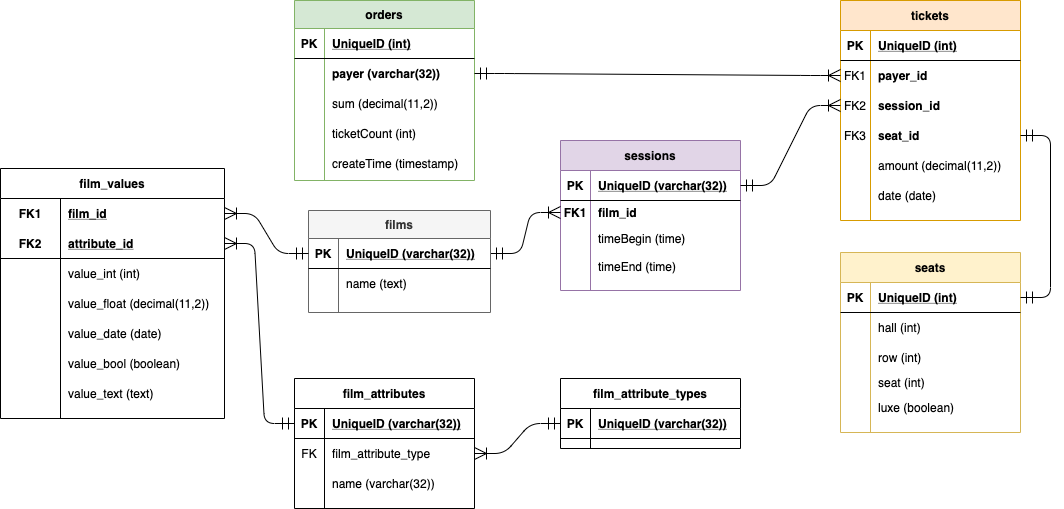
The draw.io diagram DatabaseLogic.png in otusteamedu/PHP_2024, before a commit. Source tidied: cells renumbered, new cells last; positions are measured from the earlier drawing's top-left corner, leaving out a move shared by most shapes.
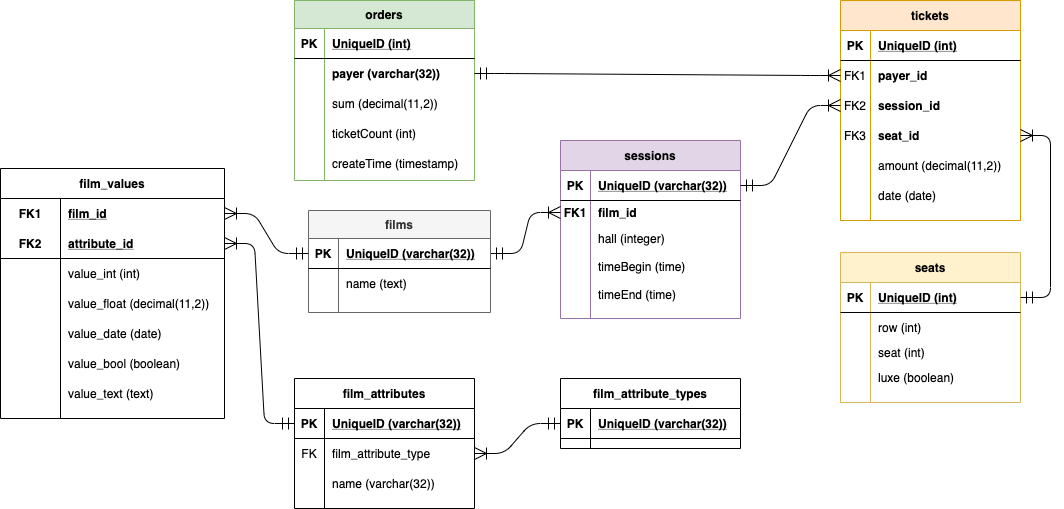
Later version of the same file.

Diff of the diagram source:
```diff
@@ -51,7 +51,7 @@
       <mxGeometry x="30" width="150" height="30" as="geometry" />
     </mxCell>
     <mxCell id="18" value="seats" style="shape=table;startSize=30;rowLines=0;fontStyle=1;align=center;shadow=0;fillColor=#fff2cc;strokeColor=#d6b656;" parent="1" vertex="1">
-      <mxGeometry x="840" y="252" width="180" height="180" as="geometry" />
+      <mxGeometry x="840" y="252" width="180" height="150" as="geometry" />
     </mxCell>
     <mxCell id="19" style="shape=partialRectangle;fillColor=none;top=0;left=0;bottom=1;right=0;points=[[0,0.5],[1,0.5]];portConstraint=eastwest;" parent="18" vertex="1">
       <mxGeometry y="30" width="180" height="30" as="geometry" />
@@ -62,17 +62,8 @@
     <mxCell id="21" value="UniqueID (int)" style="shape=partialRectangle;fillColor=none;top=0;left=0;bottom=0;right=0;align=left;spacingLeft=6;fontStyle=5;overflow=hidden;" parent="19" vertex="1">
       <mxGeometry x="30" width="150" height="30" as="geometry" />
     </mxCell>
-    <mxCell id="22" style="shape=partialRectangle;fillColor=none;top=0;left=0;bottom=0;right=0;" parent="18" vertex="1">
-      <mxGeometry y="60" width="180" height="30" as="geometry" />
-    </mxCell>
-    <mxCell id="23" style="shape=partialRectangle;fillColor=none;top=0;left=0;bottom=0;right=0;overflow=hidden;" parent="22" vertex="1">
-      <mxGeometry width="30" height="30" as="geometry" />
-    </mxCell>
-    <mxCell id="24" value="hall (int)" style="shape=partialRectangle;fillColor=none;top=0;left=0;bottom=0;right=0;align=left;spacingLeft=6;overflow=hidden;" parent="22" vertex="1">
-      <mxGeometry x="30" width="150" height="30" as="geometry" />
-    </mxCell>
     <mxCell id="25" style="shape=partialRectangle;fillColor=none;top=0;left=0;bottom=0;right=0;" parent="18" vertex="1">
-      <mxGeometry y="90" width="180" height="30" as="geometry" />
+      <mxGeometry y="60" width="180" height="30" as="geometry" />
     </mxCell>
     <mxCell id="26" style="shape=partialRectangle;fillColor=none;top=0;left=0;bottom=0;right=0;overflow=hidden;" parent="25" vertex="1">
       <mxGeometry width="30" height="30" as="geometry" />
@@ -81,7 +72,7 @@
       <mxGeometry x="30" width="150" height="30" as="geometry" />
     </mxCell>
     <mxCell id="28" style="shape=partialRectangle;fillColor=none;top=0;left=0;bottom=0;right=0;" parent="18" vertex="1">
-      <mxGeometry y="120" width="180" height="20" as="geometry" />
+      <mxGeometry y="90" width="180" height="20" as="geometry" />
     </mxCell>
     <mxCell id="29" style="shape=partialRectangle;fillColor=none;top=0;left=0;bottom=0;right=0;overflow=hidden;" parent="28" vertex="1">
       <mxGeometry width="30" height="20" as="geometry" />
@@ -90,7 +81,7 @@
       <mxGeometry x="30" width="150" height="20" as="geometry" />
     </mxCell>
     <mxCell id="31" style="shape=partialRectangle;fillColor=none;top=0;left=0;bottom=0;right=0;" parent="18" vertex="1">
-      <mxGeometry y="140" width="180" height="30" as="geometry" />
+      <mxGeometry y="110" width="180" height="30" as="geometry" />
     </mxCell>
     <mxCell id="32" style="shape=partialRectangle;fillColor=none;top=0;left=0;bottom=0;right=0;overflow=hidden;" parent="31" vertex="1">
       <mxGeometry width="30" height="30" as="geometry" />
@@ -99,7 +90,7 @@
       <mxGeometry x="30" width="150" height="30" as="geometry" />
     </mxCell>
     <mxCell id="34" value="sessions" style="shape=table;startSize=30;rowLines=0;fontStyle=1;align=center;shadow=0;fillColor=#e1d5e7;strokeColor=#9673a6;" parent="1" vertex="1">
-      <mxGeometry x="560" y="140" width="180" height="150" as="geometry" />
+      <mxGeometry x="560" y="140" width="180" height="178" as="geometry" />
     </mxCell>
     <mxCell id="35" style="shape=partialRectangle;fillColor=none;top=0;left=0;bottom=1;right=0;points=[[0,0.5],[1,0.5]];portConstraint=eastwest;" parent="34" vertex="1">
       <mxGeometry y="30" width="180" height="30" as="geometry" />
@@ -125,11 +116,20 @@
     <mxCell id="42" style="shape=partialRectangle;fillColor=none;top=0;left=0;bottom=0;right=0;overflow=hidden;" parent="41" vertex="1">
       <mxGeometry width="30" height="28" as="geometry" />
     </mxCell>
-    <mxCell id="43" value="timeBegin (time)" style="shape=partialRectangle;fillColor=none;top=0;left=0;bottom=0;right=0;align=left;spacingLeft=6;overflow=hidden;" parent="41" vertex="1">
+    <mxCell id="43" value="hall (integer)" style="shape=partialRectangle;fillColor=none;top=0;left=0;bottom=0;right=0;align=left;spacingLeft=6;overflow=hidden;" parent="41" vertex="1">
       <mxGeometry x="30" width="150" height="28" as="geometry" />
     </mxCell>
+    <mxCell id="116" style="shape=partialRectangle;fillColor=none;top=0;left=0;bottom=0;right=0;" parent="34" vertex="1">
+      <mxGeometry y="112" width="180" height="28" as="geometry" />
+    </mxCell>
+    <mxCell id="117" style="shape=partialRectangle;fillColor=none;top=0;left=0;bottom=0;right=0;overflow=hidden;" parent="116" vertex="1">
+      <mxGeometry width="30" height="28" as="geometry" />
+    </mxCell>
+    <mxCell id="118" value="timeBegin (time)" style="shape=partialRectangle;fillColor=none;top=0;left=0;bottom=0;right=0;align=left;spacingLeft=6;overflow=hidden;" parent="116" vertex="1">
+      <mxGeometry x="30" width="150" height="28" as="geometry" />
+    </mxCell>
     <mxCell id="44" style="shape=partialRectangle;fillColor=none;top=0;left=0;bottom=0;right=0;" parent="34" vertex="1">
-      <mxGeometry y="112" width="180" height="28" as="geometry" />
+      <mxGeometry y="140" width="180" height="28" as="geometry" />
     </mxCell>
     <mxCell id="45" style="shape=partialRectangle;fillColor=none;top=0;left=0;bottom=0;right=0;overflow=hidden;" parent="44" vertex="1">
       <mxGeometry width="30" height="28" as="geometry" />
@@ -194,7 +194,7 @@
     <mxCell id="65" value="date (date)" style="shape=partialRectangle;fillColor=none;top=0;left=0;bottom=0;right=0;align=left;spacingLeft=6;overflow=hidden;" parent="63" vertex="1">
       <mxGeometry x="30" width="150" height="30" as="geometry" />
     </mxCell>
-    <mxCell id="66" style="edgeStyle=entityRelationEdgeStyle;fontSize=12;html=1;endArrow=ERmandOne;startArrow=ERmandOne;exitX=1;exitY=0.5;exitDx=0;exitDy=0;endSize=10;startSize=10;" parent="1" edge="1" source="19" target="57">
+    <mxCell id="66" style="edgeStyle=entityRelationEdgeStyle;fontSize=12;html=1;endArrow=ERmandOne;startArrow=ERoneToMany;exitX=1;exitY=0.5;exitDx=0;exitDy=0;endSize=10;startSize=10;startFill=0;entryX=1;entryY=0.5;entryDx=0;entryDy=0;" parent="1" edge="1" source="57" target="19">
       <mxGeometry relative="1" as="geometry" />
     </mxCell>
     <mxCell id="67" style="edgeStyle=entityRelationEdgeStyle;fontSize=12;html=1;endArrow=ERoneToMany;startArrow=ERmandOne;exitX=1;exitY=0.5;exitDx=0;exitDy=0;entryX=0;entryY=0.5;entryDx=0;entryDy=0;endSize=10;startSize=10;endFill=0;" parent="1" edge="1" source="35" target="54">
```
